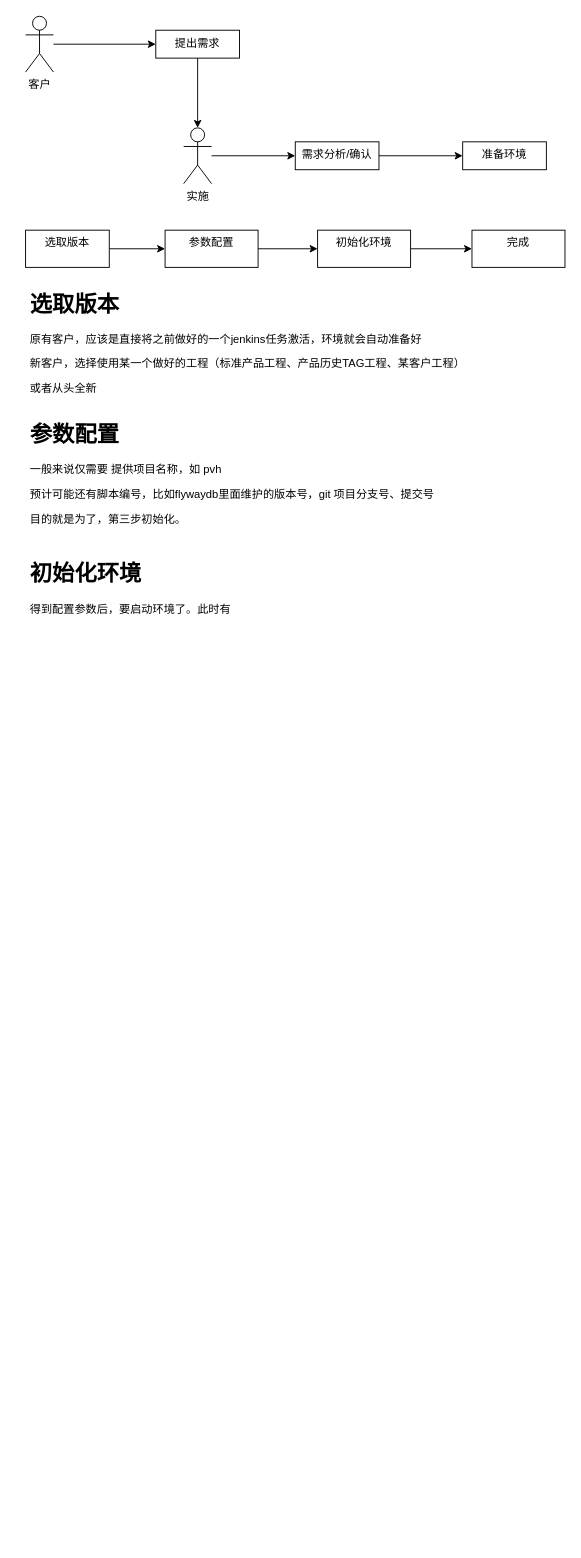
Before: jekins.drawio in tianyaxiangdong/drawio, a draw.io diagram. Source tidied: cells renumbered, new cells numbered last; positions are measured from the earlier drawing's top-left corner, leaving out a move shared by most shapes. Both pictures are drawn from the tidied source at 93%, with x=0, y=0 at pixel (25, 16).
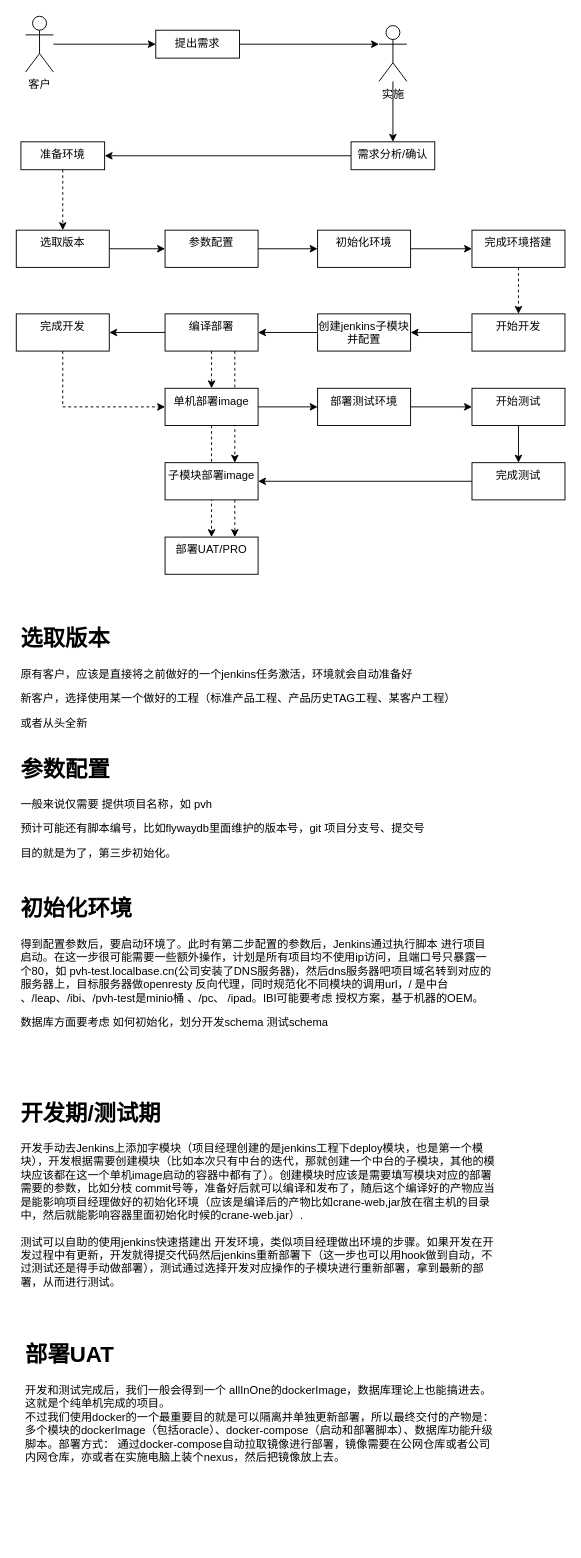
Above is the later version.

Unchanged cells that the change refers to:
```xml
<mxCell id="7" value="提出需求" style="whiteSpace=wrap;html=1;verticalAlign=top;" parent="1" vertex="1">
  <mxGeometry x="140" y="15" width="90" height="30" as="geometry" />
</mxCell>
```

What changed in the source:
```diff
@@
     <mxCell id="3" value="实施" style="shape=umlActor;verticalLabelPosition=bottom;verticalAlign=top;html=1;outlineConnect=0;" parent="1" vertex="1">
-      <mxGeometry x="170" y="120" width="30" height="60" as="geometry" />
+      <mxGeometry x="380" y="10" width="30" height="60" as="geometry" />
     </mxCell>
@@
-    <mxCell id="6" style="edgeStyle=orthogonalEdgeStyle;rounded=0;jettySize=auto;html=1;exitX=0.5;exitY=1;exitDx=0;exitDy=0;entryX=0.5;entryY=0;entryDx=0;entryDy=0;entryPerimeter=0;" parent="1" edge="1" source="7" target="3">
+    <mxCell id="6" style="edgeStyle=orthogonalEdgeStyle;rounded=0;jettySize=auto;html=1;exitX=1;exitY=0.5;exitDx=0;exitDy=0;entryX=0;entryY=0.3333333333333333;entryDx=0;entryDy=0;entryPerimeter=0;" parent="1" edge="1" source="7" target="3">
       <mxGeometry relative="1" as="geometry" />
     </mxCell>
@@
-    <mxCell id="8" style="edgeStyle=orthogonalEdgeStyle;rounded=0;jettySize=auto;html=1;exitX=1;exitY=0.5;exitDx=0;exitDy=0;" parent="1" edge="1" source="9" target="10">
+    <mxCell id="8" style="edgeStyle=orthogonalEdgeStyle;rounded=0;jettySize=auto;html=1;exitX=0;exitY=0.5;exitDx=0;exitDy=0;" parent="1" edge="1" source="9" target="10">
       <mxGeometry relative="1" as="geometry" />
     </mxCell>
     <mxCell id="9" value="需求分析/确认" style="whiteSpace=wrap;html=1;verticalAlign=top;" parent="1" vertex="1">
-      <mxGeometry x="290" y="135" width="90" height="30" as="geometry" />
+      <mxGeometry x="350" y="135" width="90" height="30" as="geometry" />
     </mxCell>
+    <mxCell id="21" style="edgeStyle=orthogonalEdgeStyle;rounded=0;jettySize=auto;html=1;dashed=1;" parent="1" edge="1" source="10" target="12">
+      <mxGeometry relative="1" as="geometry" />
+    </mxCell>
     <mxCell id="10" value="准备环境" style="whiteSpace=wrap;html=1;verticalAlign=top;" parent="1" vertex="1">
-      <mxGeometry x="470" y="135" width="90" height="30" as="geometry" />
+      <mxGeometry x="-5" y="135" width="90" height="30" as="geometry" />
     </mxCell>
@@
     <mxCell id="12" value="选取版本&lt;br&gt;" style="whiteSpace=wrap;html=1;verticalAlign=top;" parent="1" vertex="1">
-      <mxGeometry y="230" width="90" height="40" as="geometry" />
+      <mxGeometry x="-10" y="230" width="100" height="40" as="geometry" />
     </mxCell>
@@
+    <mxCell id="22" style="edgeStyle=orthogonalEdgeStyle;rounded=0;jettySize=auto;html=1;exitX=0.5;exitY=1;exitDx=0;exitDy=0;dashed=1;" parent="1" edge="1" source="17" target="24">
+      <mxGeometry relative="1" as="geometry" />
+    </mxCell>
-    <mxCell id="17" value="完成" style="whiteSpace=wrap;html=1;verticalAlign=top;" parent="1" vertex="1">
+    <mxCell id="17" value="完成环境搭建" style="whiteSpace=wrap;html=1;verticalAlign=top;" parent="1" vertex="1">
       <mxGeometry x="480" y="230" width="100" height="40" as="geometry" />
     </mxCell>
     <mxCell id="18" value="&lt;h1&gt;选取版本&lt;/h1&gt;&lt;p&gt;原有客户，应该是直接将之前做好的一个jenkins任务激活，环境就会自动准备好&lt;/p&gt;&lt;p&gt;新客户，选择使用某一个做好的工程（标准产品工程、产品历史TAG工程、某客户工程）&lt;/p&gt;&lt;p&gt;或者从头全新&lt;/p&gt;" style="text;html=1;strokeColor=none;fillColor=none;spacing=5;spacingTop=-20;whiteSpace=wrap;overflow=hidden;rounded=0;" parent="1" vertex="1">
-      <mxGeometry y="290" width="520" height="120" as="geometry" />
+      <mxGeometry x="-10" y="650" width="520" height="120" as="geometry" />
     </mxCell>
     <mxCell id="19" value="&lt;h1&gt;参数配置&lt;/h1&gt;&lt;p&gt;一般来说仅需要 提供项目名称，如 pvh&lt;/p&gt;&lt;p&gt;预计可能还有脚本编号，比如flywaydb里面维护的版本号，git 项目分支号、提交号&lt;/p&gt;&lt;p&gt;目的就是为了，第三步初始化。&lt;/p&gt;" style="text;html=1;strokeColor=none;fillColor=none;spacing=5;spacingTop=-20;whiteSpace=wrap;overflow=hidden;rounded=0;" parent="1" vertex="1">
-      <mxGeometry y="430" width="520" height="120" as="geometry" />
+      <mxGeometry x="-10" y="790" width="520" height="120" as="geometry" />
     </mxCell>
-    <mxCell id="20" value="&lt;h1&gt;初始化环境&lt;/h1&gt;&lt;p&gt;得到配置参数后，要启动环境了。此时有&lt;/p&gt;" style="text;html=1;strokeColor=none;fillColor=none;spacing=5;spacingTop=-20;whiteSpace=wrap;overflow=hidden;rounded=0;" parent="1" vertex="1">
-      <mxGeometry y="580" width="520" height="120" as="geometry" />
+    <mxCell id="20" value="&lt;h1&gt;初始化环境&lt;/h1&gt;&lt;p&gt;得到配置参数后，要启动环境了。此时有第二步配置的参数后，Jenkins通过执行脚本 进行项目启动。在这一步很可能需要一些额外操作，计划是所有项目均不使用ip访问，且端口号只暴露一个80，如 pvh-test.localbase.cn(公司安装了DNS服务器)，然后dns服务器吧项目域名转到对应的服务器上，目标服务器做openresty 反向代理，同时规范化不同模块的调用url，/ 是中台 、/leap、/ibi、/pvh-test是minio桶 、/pc、 /ipad。IBI可能要考虑 授权方案，基于机器的OEM。&lt;/p&gt;&lt;p&gt;数据库方面要考虑 如何初始化，划分开发schema 测试schema&lt;/p&gt;" style="text;html=1;strokeColor=none;fillColor=none;spacing=5;spacingTop=-20;whiteSpace=wrap;overflow=hidden;rounded=0;" parent="1" vertex="1">
+      <mxGeometry x="-10" y="940" width="520" height="220" as="geometry" />
     </mxCell>
+    <mxCell id="23" style="edgeStyle=orthogonalEdgeStyle;rounded=0;jettySize=auto;html=1;exitX=0;exitY=0.5;exitDx=0;exitDy=0;" parent="1" edge="1" source="24" target="26">
+      <mxGeometry relative="1" as="geometry" />
+    </mxCell>
+    <mxCell id="24" value="开始开发" style="whiteSpace=wrap;html=1;verticalAlign=top;" parent="1" vertex="1">
+      <mxGeometry x="480" y="320" width="100" height="40" as="geometry" />
+    </mxCell>
+    <mxCell id="25" style="edgeStyle=orthogonalEdgeStyle;rounded=0;jettySize=auto;html=1;exitX=0;exitY=0.5;exitDx=0;exitDy=0;entryX=1;entryY=0.5;entryDx=0;entryDy=0;" parent="1" edge="1" source="26" target="30">
+      <mxGeometry relative="1" as="geometry" />
+    </mxCell>
+    <mxCell id="26" value="创建jenkins子模块&lt;br&gt;并配置" style="whiteSpace=wrap;html=1;verticalAlign=top;" parent="1" vertex="1">
+      <mxGeometry x="314" y="320" width="100" height="40" as="geometry" />
+    </mxCell>
+    <mxCell id="27" style="edgeStyle=orthogonalEdgeStyle;rounded=0;jettySize=auto;html=1;exitX=0;exitY=0.5;exitDx=0;exitDy=0;" parent="1" edge="1" source="30" target="32">
+      <mxGeometry relative="1" as="geometry" />
+    </mxCell>
+    <mxCell id="28" style="edgeStyle=orthogonalEdgeStyle;rounded=0;jettySize=auto;html=1;exitX=0.5;exitY=1;exitDx=0;exitDy=0;dashed=1;" parent="1" edge="1" source="30" target="35">
+      <mxGeometry relative="1" as="geometry" />
+    </mxCell>
+    <mxCell id="29" style="edgeStyle=orthogonalEdgeStyle;rounded=0;jettySize=auto;html=1;exitX=0.75;exitY=1;exitDx=0;exitDy=0;entryX=0.75;entryY=0;entryDx=0;entryDy=0;dashed=1;" parent="1" edge="1" source="30" target="37">
+      <mxGeometry relative="1" as="geometry" />
+    </mxCell>
+    <mxCell id="30" value="编译部署" style="whiteSpace=wrap;html=1;verticalAlign=top;" parent="1" vertex="1">
+      <mxGeometry x="150" y="320" width="100" height="40" as="geometry" />
+    </mxCell>
+    <mxCell id="31" style="edgeStyle=orthogonalEdgeStyle;rounded=0;jettySize=auto;html=1;exitX=0.5;exitY=1;exitDx=0;exitDy=0;entryX=0;entryY=0.5;entryDx=0;entryDy=0;dashed=1;" parent="1" edge="1" source="32" target="35">
+      <mxGeometry relative="1" as="geometry" />
+    </mxCell>
+    <mxCell id="32" value="完成开发" style="whiteSpace=wrap;html=1;verticalAlign=top;" parent="1" vertex="1">
+      <mxGeometry x="-10" y="320" width="100" height="40" as="geometry" />
+    </mxCell>
+    <mxCell id="33" style="edgeStyle=orthogonalEdgeStyle;rounded=0;jettySize=auto;html=1;exitX=1;exitY=0.5;exitDx=0;exitDy=0;entryX=0;entryY=0.5;entryDx=0;entryDy=0;" parent="1" edge="1" source="35" target="39">
+      <mxGeometry relative="1" as="geometry" />
+    </mxCell>
+    <mxCell id="34" style="edgeStyle=orthogonalEdgeStyle;rounded=0;jettySize=auto;html=1;exitX=0.5;exitY=1;exitDx=0;exitDy=0;dashed=1;" parent="1" edge="1" source="35" target="44">
+      <mxGeometry relative="1" as="geometry" />
+    </mxCell>
+    <mxCell id="35" value="单机部署image" style="whiteSpace=wrap;html=1;verticalAlign=top;" parent="1" vertex="1">
+      <mxGeometry x="150" y="400" width="100" height="40" as="geometry" />
+    </mxCell>
+    <mxCell id="36" style="edgeStyle=orthogonalEdgeStyle;rounded=0;jettySize=auto;html=1;exitX=0.75;exitY=1;exitDx=0;exitDy=0;entryX=0.75;entryY=0;entryDx=0;entryDy=0;dashed=1;" parent="1" edge="1" source="37" target="44">
+      <mxGeometry relative="1" as="geometry" />
+    </mxCell>
+    <mxCell id="37" value="子模块部署image" style="whiteSpace=wrap;html=1;verticalAlign=top;" parent="1" vertex="1">
+      <mxGeometry x="150" y="480" width="100" height="40" as="geometry" />
+    </mxCell>
+    <mxCell id="38" style="edgeStyle=orthogonalEdgeStyle;rounded=0;jettySize=auto;html=1;exitX=1;exitY=0.5;exitDx=0;exitDy=0;" parent="1" edge="1" source="39" target="41">
+      <mxGeometry relative="1" as="geometry" />
+    </mxCell>
+    <mxCell id="39" value="部署测试环境" style="whiteSpace=wrap;html=1;verticalAlign=top;" parent="1" vertex="1">
+      <mxGeometry x="314" y="400" width="100" height="40" as="geometry" />
+    </mxCell>
+    <mxCell id="40" style="edgeStyle=orthogonalEdgeStyle;rounded=0;jettySize=auto;html=1;exitX=0.5;exitY=1;exitDx=0;exitDy=0;" parent="1" edge="1" source="41" target="43">
+      <mxGeometry relative="1" as="geometry" />
+    </mxCell>
+    <mxCell id="41" value="开始测试" style="whiteSpace=wrap;html=1;verticalAlign=top;" parent="1" vertex="1">
+      <mxGeometry x="480" y="400" width="100" height="40" as="geometry" />
+    </mxCell>
+    <mxCell id="42" style="edgeStyle=orthogonalEdgeStyle;rounded=0;jettySize=auto;html=1;exitX=0;exitY=0.5;exitDx=0;exitDy=0;" parent="1" edge="1" source="43" target="37">
+      <mxGeometry relative="1" as="geometry" />
+    </mxCell>
+    <mxCell id="43" value="完成测试" style="whiteSpace=wrap;html=1;verticalAlign=top;" parent="1" vertex="1">
+      <mxGeometry x="480" y="480" width="100" height="40" as="geometry" />
+    </mxCell>
+    <mxCell id="44" value="部署UAT/PRO" style="whiteSpace=wrap;html=1;verticalAlign=top;" parent="1" vertex="1">
+      <mxGeometry x="150" y="560" width="100" height="40" as="geometry" />
+    </mxCell>
+    <mxCell id="45" value="&lt;h1&gt;开发期/测试期&lt;/h1&gt;&lt;div&gt;开发手动去Jenkins上添加字模块（项目经理创建的是jenkins工程下deploy模块，也是第一个模块），开发根据需要创建模块（比如本次只有中台的迭代，那就创建一个中台的子模块，其他的模块应该都在这一个单机image启动的容器中都有了）。创建模块时应该是需要填写模块对应的部署需要的参数，比如分枝 commit号等，准备好后就可以编译和发布了，随后这个编译好的产物应当是能影响项目经理做好的初始化环境（应该是编译后的产物比如crane-web,jar放在宿主机的目录中，然后就能影响容器里面初始化时候的crane-web.jar）.&lt;/div&gt;&lt;div&gt;&lt;br&gt;&lt;/div&gt;&lt;div&gt;测试可以自助的使用jenkins快速搭建出 开发环境，类似项目经理做出环境的步骤。如果开发在开发过程中有更新，开发就得提交代码然后jenkins重新部署下（这一步也可以用hook做到自动，不过测试还是得手动做部署），测试通过选择开发对应操作的子模块进行重新部署，拿到最新的部署，从而进行测试。&lt;/div&gt;" style="text;html=1;strokeColor=none;fillColor=none;spacing=5;spacingTop=-20;whiteSpace=wrap;overflow=hidden;rounded=0;" parent="1" vertex="1">
+      <mxGeometry x="-10" y="1160" width="520" height="220" as="geometry" />
+    </mxCell>
+    <mxCell id="46" value="&lt;h1&gt;部署UAT&lt;/h1&gt;&lt;div&gt;开发和测试完成后，我们一般会得到一个 allInOne的dockerImage，数据库理论上也能搞进去。这就是个纯单机完成的项目。&lt;/div&gt;&lt;div&gt;不过我们使用docker的一个最重要目的就是可以隔离并单独更新部署，所以最终交付的产物是：多个模块的dockerImage（包括oracle）、docker-compose（启动和部署脚本）、数据库功能升级脚本。部署方式： 通过docker-compose自动拉取镜像进行部署，镜像需要在公网仓库或者公司内网仓库，亦或者在实施电脑上装个nexus，然后把镜像放上去。&lt;/div&gt;" style="text;html=1;strokeColor=none;fillColor=none;spacing=5;spacingTop=-20;whiteSpace=wrap;overflow=hidden;rounded=0;" parent="1" vertex="1">
+      <mxGeometry x="-5" y="1420" width="520" height="220" as="geometry" />
+    </mxCell>
```
